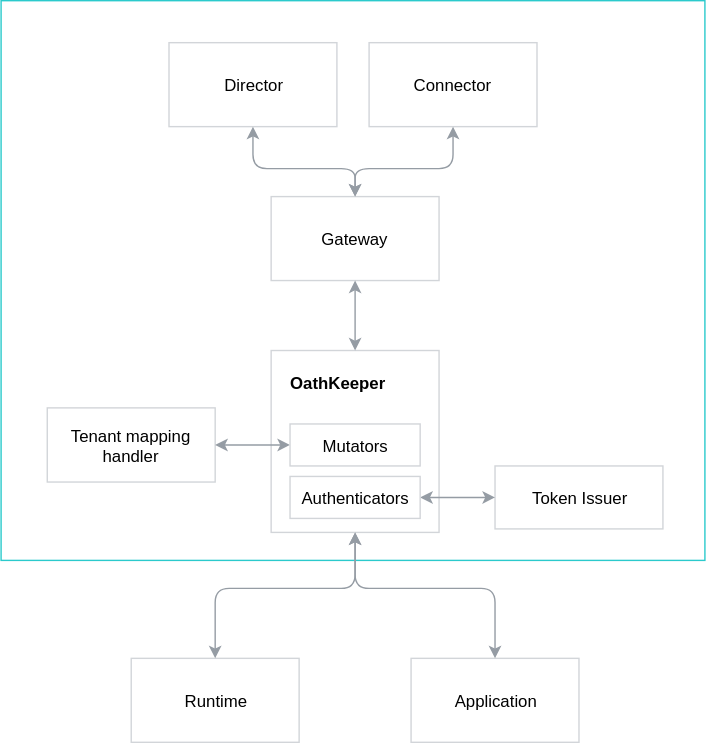
Above: docs/architecture/assets/security-architecture.svg in kyma-incubator/compass (draw.io), before the change. Source tidied: cells renumbered, new cells last; positions are measured from the earlier drawing's top-left corner, leaving out a move shared by most shapes.
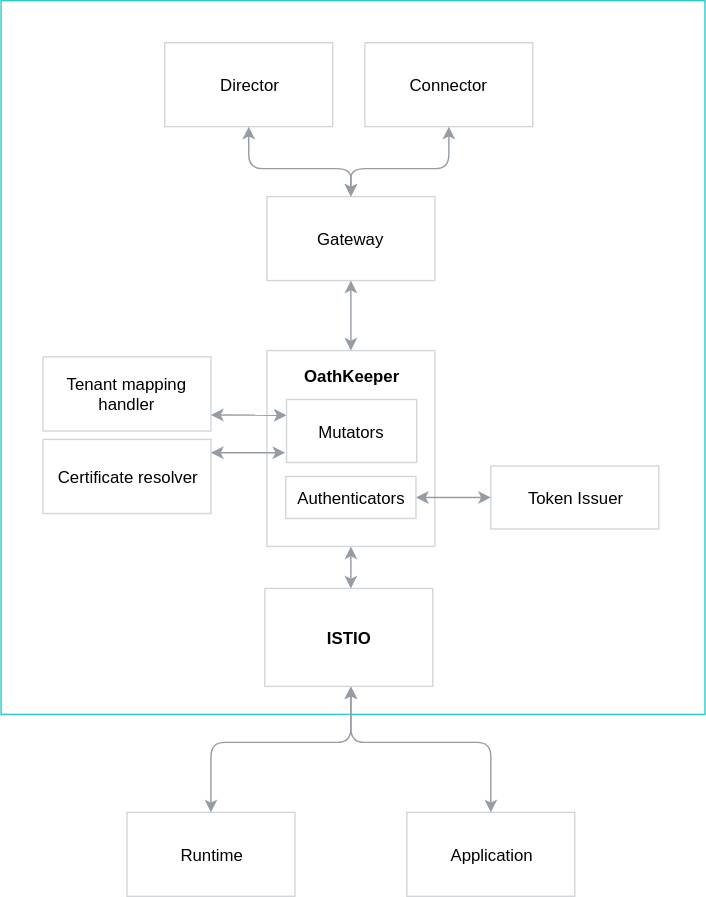
Later version of the same file.

Commit message:
Switch the architecture diagram, apply minor lg fixes

What changed in the source:
```diff
@@ -3,22 +3,24 @@
     <mxCell id="0" />
     <mxCell id="1" parent="0" />
     <mxCell id="2" style="rounded=0;whiteSpace=wrap;html=1;strokeColor=#2bcacc;fillColor=none;" parent="1" vertex="1">
-      <mxGeometry width="503" height="400" as="geometry" />
+      <mxGeometry x="3" width="503" height="510" as="geometry" />
     </mxCell>
     <mxCell id="3" value="Gateway" style="rounded=0;whiteSpace=wrap;html=1;strokeColor=#D2D5D9;" parent="1" vertex="1">
       <mxGeometry x="193" y="140" width="120" height="60" as="geometry" />
     </mxCell>
     <mxCell id="4" value="Tenant mapping handler" style="rounded=0;whiteSpace=wrap;html=1;fillColor=#FFFFFF;strokeColor=#D2D5D9;" parent="1" vertex="1">
-      <mxGeometry x="33" y="291" width="120" height="53" as="geometry" />
+      <mxGeometry x="33" y="254.5" width="120" height="53" as="geometry" />
     </mxCell>
     <mxCell id="5" style="rounded=0;whiteSpace=wrap;html=1;strokeColor=#D2D5D9;" parent="1" vertex="1">
-      <mxGeometry x="193" y="250" width="120" height="130" as="geometry" />
+      <mxGeometry x="193" y="250" width="120" height="140" as="geometry" />
     </mxCell>
     <mxCell id="6" value="Token Issuer" style="rounded=0;whiteSpace=wrap;html=1;strokeColor=#D2D5D9;" parent="1" vertex="1">
       <mxGeometry x="353" y="332.5" width="120" height="45" as="geometry" />
     </mxCell>
-    <mxCell id="7" style="endArrow=classic;startArrow=classic;html=1;entryX=0;entryY=0.5;entryDx=0;entryDy=0;strokeColor=#959CA4;exitX=1;exitY=0.5;exitDx=0;exitDy=0;" parent="1" edge="1" source="4" target="15">
-      <mxGeometry relative="1" as="geometry" />
+    <mxCell id="7" style="endArrow=classic;startArrow=classic;html=1;entryX=0;entryY=0.25;entryDx=0;entryDy=0;strokeColor=#959CA4;" parent="1" edge="1" target="15">
+      <mxGeometry relative="1" as="geometry">
+        <mxPoint x="153" y="296" as="sourcePoint" />
+      </mxGeometry>
     </mxCell>
     <mxCell id="8" style="endArrow=classic;startArrow=classic;html=1;exitX=1;exitY=0.5;exitDx=0;exitDy=0;strokeColor=#959CA4;entryX=0;entryY=0.5;entryDx=0;entryDy=0;" parent="1" edge="1" source="14" target="6">
       <mxGeometry relative="1" as="geometry" />
@@ -30,34 +32,36 @@
       <mxGeometry relative="1" as="geometry" />
     </mxCell>
     <mxCell id="11" value="Runtime&lt;br&gt;" style="rounded=0;whiteSpace=wrap;html=1;strokeColor=#D2D5D9;" parent="1" vertex="1">
-      <mxGeometry x="93" y="470" width="120" height="60" as="geometry" />
+      <mxGeometry x="93" y="580" width="120" height="60" as="geometry" />
     </mxCell>
     <mxCell id="12" value="Application" style="rounded=0;whiteSpace=wrap;html=1;strokeColor=#D2D5D9;" parent="1" vertex="1">
-      <mxGeometry x="293" y="470" width="120" height="60" as="geometry" />
+      <mxGeometry x="293" y="580" width="120" height="60" as="geometry" />
     </mxCell>
     <mxCell id="13" value="OathKeeper" style="text;html=1;fontStyle=1;" parent="1" vertex="1">
-      <mxGeometry x="205" y="260" width="70" height="30" as="geometry" />
+      <mxGeometry x="218" y="255" width="70" height="30" as="geometry" />
     </mxCell>
     <mxCell id="14" value="Authenticators" style="rounded=0;whiteSpace=wrap;html=1;strokeColor=#D2D5D9;" parent="1" vertex="1">
       <mxGeometry x="206.5" y="340" width="93" height="30" as="geometry" />
     </mxCell>
     <mxCell id="15" value="Mutators" style="rounded=0;whiteSpace=wrap;html=1;strokeColor=#D2D5D9;" parent="1" vertex="1">
-      <mxGeometry x="206.5" y="302.5" width="93" height="30" as="geometry" />
+      <mxGeometry x="207" y="285" width="93" height="45" as="geometry" />
     </mxCell>
-    <mxCell id="16" style="endArrow=classic;startArrow=classic;html=1;entryX=0.5;entryY=1;entryDx=0;entryDy=0;strokeColor=#959CA4;" parent="1" edge="1" target="5">
+    <mxCell id="16" style="endArrow=classic;startArrow=classic;html=1;entryX=0.5;entryY=1;entryDx=0;entryDy=0;strokeColor=#959CA4;" parent="1" edge="1">
       <mxGeometry relative="1" as="geometry">
-        <mxPoint x="153" y="470" as="sourcePoint" />
+        <mxPoint x="153" y="580" as="sourcePoint" />
+        <mxPoint x="253" y="490" as="targetPoint" />
         <Array as="points">
-          <mxPoint x="153" y="420" />
-          <mxPoint x="253" y="420" />
+          <mxPoint x="153" y="530" />
+          <mxPoint x="253" y="530" />
         </Array>
       </mxGeometry>
     </mxCell>
-    <mxCell id="17" style="endArrow=classic;startArrow=classic;html=1;entryX=0.5;entryY=1;entryDx=0;entryDy=0;strokeColor=#959CA4;exitX=0.5;exitY=0;exitDx=0;exitDy=0;" parent="1" edge="1" source="12" target="5">
+    <mxCell id="17" style="endArrow=classic;startArrow=classic;html=1;entryX=0.5;entryY=1;entryDx=0;entryDy=0;strokeColor=#959CA4;exitX=0.5;exitY=0;exitDx=0;exitDy=0;" parent="1" edge="1" source="12">
       <mxGeometry relative="1" as="geometry">
+        <mxPoint x="253" y="490" as="targetPoint" />
         <Array as="points">
-          <mxPoint x="353" y="420" />
-          <mxPoint x="253" y="420" />
+          <mxPoint x="353" y="530" />
+          <mxPoint x="253" y="530" />
         </Array>
       </mxGeometry>
     </mxCell>
@@ -80,5 +84,26 @@
         </Array>
       </mxGeometry>
     </mxCell>
+    <mxCell id="21" value="&lt;b&gt;ISTIO&lt;/b&gt;" style="rounded=0;whiteSpace=wrap;html=1;strokeColor=#D2D5D9;" parent="1" vertex="1">
+      <mxGeometry x="191.5" y="420" width="120" height="70" as="geometry" />
+    </mxCell>
+    <mxCell id="22" style="endArrow=classic;startArrow=classic;html=1;strokeColor=#959CA4;entryX=0.5;entryY=1;entryDx=0;entryDy=0;" parent="1" edge="1" target="5">
+      <mxGeometry relative="1" as="geometry">
+        <mxPoint x="253" y="420" as="sourcePoint" />
+        <Array as="points">
+          <mxPoint x="253" y="410" />
+          <mxPoint x="253" y="420" />
+        </Array>
+      </mxGeometry>
+    </mxCell>
+    <mxCell id="23" value="Certificate resolver" style="rounded=0;whiteSpace=wrap;html=1;fillColor=#FFFFFF;strokeColor=#D2D5D9;" parent="1" vertex="1">
+      <mxGeometry x="33" y="313.5" width="120" height="53" as="geometry" />
+    </mxCell>
+    <mxCell id="24" style="endArrow=classic;startArrow=classic;html=1;strokeColor=#959CA4;" parent="1" edge="1">
+      <mxGeometry relative="1" as="geometry">
+        <mxPoint x="153" y="323" as="sourcePoint" />
+        <mxPoint x="206" y="323" as="targetPoint" />
+      </mxGeometry>
+    </mxCell>
   </root>
 </mxGraphModel>
```
